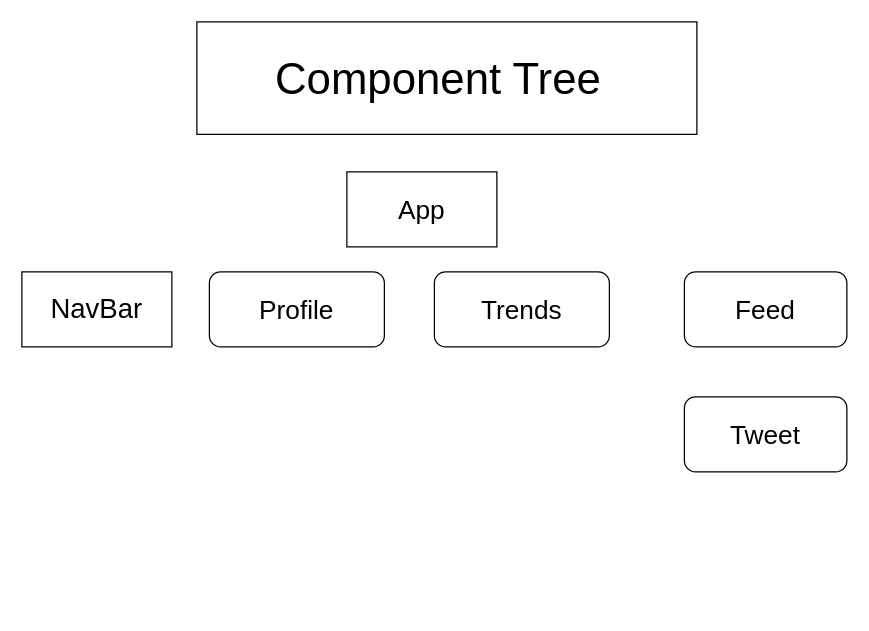
Before: Untitled Diagram.drawio in AlexWaller1/Hybrids-React-Frontend, a draw.io diagram. Source tidied: cells renumbered, new cells numbered last; positions are measured from the earlier drawing's top-left corner, leaving out a move shared by most shapes. Both pictures are drawn from the tidied source at 125%, with x=0, y=0 at pixel (21, 21).
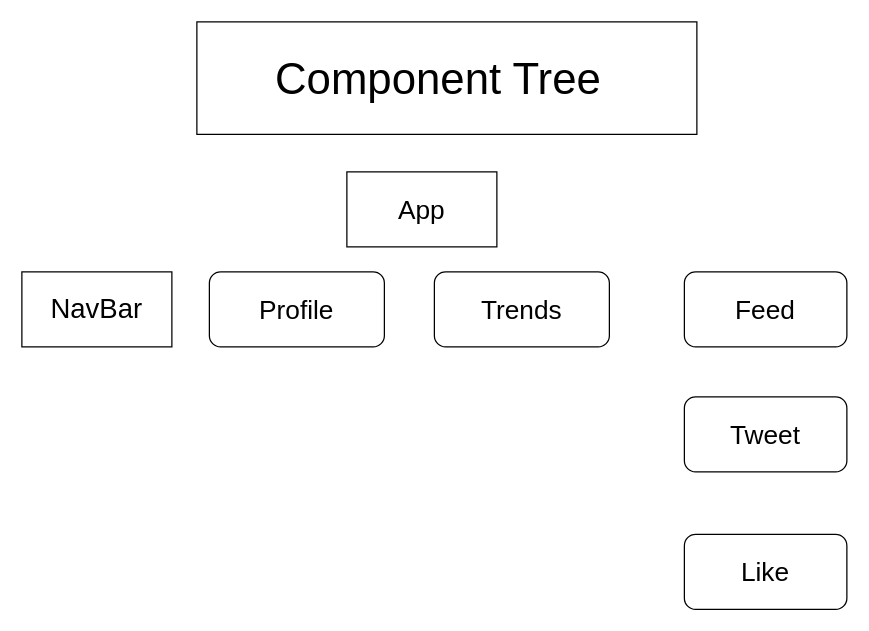
After the change.

The edit, as a diff of the source:
```diff
@@
 <mxGraphModel>
   <root>
     <mxCell id="0" />
     <mxCell id="1" parent="0" />
     <mxCell id="2" style="rounded=0;whiteSpace=wrap;html=1;" parent="1" vertex="1">
       <mxGeometry x="140" width="400" height="90" as="geometry" />
     </mxCell>
     <mxCell id="3" value="&lt;font style=&quot;font-size: 35px&quot;&gt;Component Tree&lt;/font&gt;&amp;nbsp;" style="text;html=1;strokeColor=none;fillColor=none;align=center;verticalAlign=middle;whiteSpace=wrap;rounded=0;" parent="1" vertex="1">
       <mxGeometry x="180" y="15" width="310" height="60" as="geometry" />
     </mxCell>
     <mxCell id="4" style="rounded=0;whiteSpace=wrap;html=1;" parent="1" vertex="1">
       <mxGeometry x="260" y="120" width="120" height="60" as="geometry" />
     </mxCell>
     <mxCell id="5" value="&lt;font style=&quot;font-size: 21px&quot;&gt;App&lt;/font&gt;" style="text;html=1;strokeColor=none;fillColor=none;align=center;verticalAlign=middle;whiteSpace=wrap;rounded=0;" parent="1" vertex="1">
       <mxGeometry x="260" y="120" width="120" height="60" as="geometry" />
     </mxCell>
     <mxCell id="6" style="rounded=0;whiteSpace=wrap;html=1;" parent="1" vertex="1">
       <mxGeometry y="200" width="120" height="60" as="geometry" />
     </mxCell>
     <mxCell id="7" value="&lt;font style=&quot;font-size: 22px&quot;&gt;NavBar&lt;/font&gt;" style="text;html=1;strokeColor=none;fillColor=none;align=center;verticalAlign=middle;whiteSpace=wrap;rounded=0;" parent="1" vertex="1">
       <mxGeometry y="200" width="120" height="60" as="geometry" />
     </mxCell>
     <mxCell id="8" style="rounded=1;whiteSpace=wrap;html=1;" parent="1" vertex="1">
       <mxGeometry x="150" y="200" width="140" height="60" as="geometry" />
     </mxCell>
     <mxCell id="9" value="&lt;font style=&quot;font-size: 21px&quot;&gt;Profile&lt;/font&gt;" style="text;html=1;strokeColor=none;fillColor=none;align=center;verticalAlign=middle;whiteSpace=wrap;rounded=0;" parent="1" vertex="1">
       <mxGeometry x="150" y="200" width="140" height="60" as="geometry" />
     </mxCell>
     <mxCell id="10" style="rounded=1;whiteSpace=wrap;html=1;" parent="1" vertex="1">
       <mxGeometry x="330" y="200" width="140" height="60" as="geometry" />
     </mxCell>
     <mxCell id="11" value="&lt;font style=&quot;font-size: 21px&quot;&gt;Trends&lt;/font&gt;" style="text;html=1;strokeColor=none;fillColor=none;align=center;verticalAlign=middle;whiteSpace=wrap;rounded=0;" parent="1" vertex="1">
       <mxGeometry x="330" y="200" width="140" height="60" as="geometry" />
     </mxCell>
     <mxCell id="12" style="rounded=1;whiteSpace=wrap;html=1;" parent="1" vertex="1">
       <mxGeometry x="530" y="200" width="130" height="60" as="geometry" />
     </mxCell>
     <mxCell id="13" value="Feed" style="text;html=1;strokeColor=none;fillColor=none;align=center;verticalAlign=middle;whiteSpace=wrap;rounded=0;fontSize=21;" parent="1" vertex="1">
       <mxGeometry x="530" y="200" width="130" height="60" as="geometry" />
     </mxCell>
     <mxCell id="14" style="rounded=1;whiteSpace=wrap;html=1;fontSize=21;" parent="1" vertex="1">
       <mxGeometry x="530" y="300" width="130" height="60" as="geometry" />
     </mxCell>
     <mxCell id="15" value="Tweet" style="text;html=1;strokeColor=none;fillColor=none;align=center;verticalAlign=middle;whiteSpace=wrap;rounded=0;fontSize=21;" parent="1" vertex="1">
       <mxGeometry x="530" y="300" width="130" height="60" as="geometry" />
     </mxCell>
+    <mxCell id="16" style="rounded=1;whiteSpace=wrap;html=1;fontSize=21;" parent="1" vertex="1">
+      <mxGeometry x="530" y="410" width="130" height="60" as="geometry" />
+    </mxCell>
+    <mxCell id="17" value="Like" style="text;html=1;strokeColor=none;fillColor=none;align=center;verticalAlign=middle;whiteSpace=wrap;rounded=0;fontSize=21;" parent="1" vertex="1">
+      <mxGeometry x="530" y="410" width="130" height="60" as="geometry" />
+    </mxCell>
   </root>
 </mxGraphModel>
```
